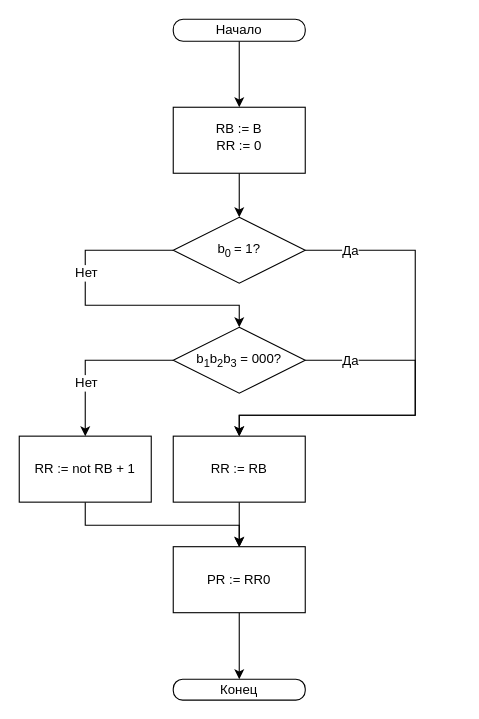
Earlier version of the draw.io diagram draw.io/blockOp2.drawio (meyakovenkoj/processor-coursework). Source tidied: cells renumbered, new cells numbered last; positions are measured from the earlier drawing's top-left corner, leaving out a move shared by most shapes. Both pictures are drawn from the tidied source at 110%, with x=0, y=0 at pixel (19, 19).
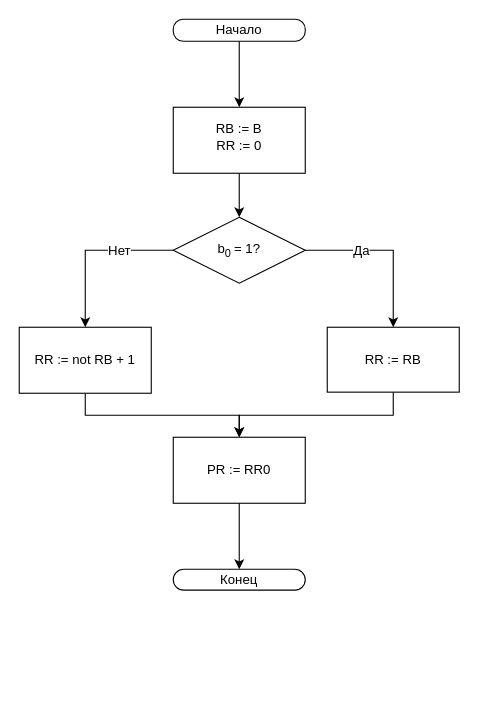
Above is the later version.

Commit message:
Optimize, delete analysis for 0

The change refers to these unchanged cells:
```xml
<mxCell id="12" value="b&lt;sub&gt;0&amp;nbsp;&lt;/sub&gt;= 1?" style="rhombus;whiteSpace=wrap;html=1;" parent="1" vertex="1">
  <mxGeometry x="140" y="180" width="120" height="60" as="geometry" />
</mxCell>
```

Change to the diagram source:
```diff
@@
-    <mxCell id="4" value="Конец" style="rounded=1;whiteSpace=wrap;html=1;arcSize=45;" parent="1" vertex="1">
-      <mxGeometry x="140" y="600" width="120" height="19" as="geometry" />
+    <mxCell id="4" value="Конец" style="rounded=1;whiteSpace=wrap;html=1;arcSize=50;" parent="1" vertex="1">
+      <mxGeometry x="140" y="500" width="120" height="19" as="geometry" />
     </mxCell>
@@
-    <mxCell id="8" style="edgeStyle=orthogonalEdgeStyle;rounded=0;jettySize=auto;html=1;exitX=0;exitY=0.5;exitDx=0;exitDy=0;entryX=0.5;entryY=0;entryDx=0;entryDy=0;" parent="1" edge="1" source="12" target="17">
+    <mxCell id="8" style="edgeStyle=orthogonalEdgeStyle;rounded=0;jettySize=auto;html=1;exitX=0;exitY=0.5;exitDx=0;exitDy=0;entryX=0.5;entryY=0;entryDx=0;entryDy=0;" parent="1" edge="1" source="12" target="21">
       <mxGeometry relative="1" as="geometry">
         <Array as="points">
           <mxPoint x="60" y="210" />
-          <mxPoint x="60" y="260" />
-          <mxPoint x="200" y="260" />
         </Array>
       </mxGeometry>
     </mxCell>
     <mxCell id="9" value="Нет" style="text;html=1;align=center;verticalAlign=middle;labelBackgroundColor=#ffffff;" parent="8" vertex="1">
       <mxGeometry x="-0.51" y="1" relative="1" as="geometry">
-        <mxPoint x="-9" y="19" as="offset" />
+        <mxPoint x="-13" y="-1" as="offset" />
       </mxGeometry>
     </mxCell>
     <mxCell id="10" style="edgeStyle=orthogonalEdgeStyle;rounded=0;jettySize=auto;html=1;exitX=1;exitY=0.5;exitDx=0;exitDy=0;jumpSize=6;entryX=0.5;entryY=0;entryDx=0;entryDy=0;" parent="1" edge="1" source="12" target="19">
       <mxGeometry relative="1" as="geometry">
         <Array as="points">
-          <mxPoint x="360" y="210" />
-          <mxPoint x="360" y="360" />
-          <mxPoint x="200" y="360" />
+          <mxPoint x="340" y="210" />
         </Array>
       </mxGeometry>
     </mxCell>
     <mxCell id="11" value="Да" style="text;html=1;align=center;verticalAlign=middle;labelBackgroundColor=#ffffff;" parent="10" vertex="1">
       <mxGeometry x="0.15" relative="1" as="geometry">
-        <mxPoint x="-60" y="-147" as="offset" />
+        <mxPoint x="-30" y="-6" as="offset" />
       </mxGeometry>
     </mxCell>
@@
-    <mxCell id="13" style="edgeStyle=orthogonalEdgeStyle;rounded=0;jettySize=auto;html=1;exitX=1;exitY=0.5;exitDx=0;exitDy=0;entryX=0.5;entryY=0;entryDx=0;entryDy=0;" parent="1" edge="1" source="17" target="19">
-      <mxGeometry relative="1" as="geometry">
-        <Array as="points">
-          <mxPoint x="360" y="310" />
-          <mxPoint x="360" y="360" />
-          <mxPoint x="200" y="360" />
-        </Array>
-      </mxGeometry>
-    </mxCell>
-    <mxCell id="14" value="Да" style="text;html=1;align=center;verticalAlign=middle;labelBackgroundColor=#ffffff;" parent="13" vertex="1">
-      <mxGeometry x="-0.32" relative="1" as="geometry">
-        <mxPoint x="-60" y="-12" as="offset" />
-      </mxGeometry>
-    </mxCell>
-    <mxCell id="15" style="edgeStyle=orthogonalEdgeStyle;rounded=0;jumpSize=6;jettySize=auto;html=1;exitX=0;exitY=0.5;exitDx=0;exitDy=0;entryX=0.5;entryY=0;entryDx=0;entryDy=0;" parent="1" edge="1" source="17" target="21">
-      <mxGeometry relative="1" as="geometry" />
-    </mxCell>
-    <mxCell id="16" value="Нет" style="text;html=1;align=center;verticalAlign=middle;labelBackgroundColor=#ffffff;" parent="15" vertex="1">
-      <mxGeometry x="0.18" y="2" relative="1" as="geometry">
-        <mxPoint x="-2" y="12" as="offset" />
-      </mxGeometry>
-    </mxCell>
-    <mxCell id="17" value="b&lt;sub&gt;1&lt;/sub&gt;b&lt;sub&gt;2&lt;/sub&gt;b&lt;sub&gt;3&lt;/sub&gt;&amp;nbsp;= 000?" style="rhombus;whiteSpace=wrap;html=1;" parent="1" vertex="1">
-      <mxGeometry x="140" y="280" width="120" height="60" as="geometry" />
-    </mxCell>
     <mxCell id="18" style="edgeStyle=orthogonalEdgeStyle;rounded=0;jettySize=auto;html=1;entryX=0.5;entryY=0;entryDx=0;entryDy=0;fontSize=11;" parent="1" edge="1" source="19" target="23">
-      <mxGeometry relative="1" as="geometry" />
+      <mxGeometry relative="1" as="geometry">
+        <Array as="points">
+          <mxPoint x="340" y="360" />
+          <mxPoint x="200" y="360" />
+        </Array>
+      </mxGeometry>
     </mxCell>
     <mxCell id="19" value="&lt;span style=&quot;font-size: 12px; white-space: normal;&quot;&gt;RR := RB&lt;/span&gt;" style="rounded=0;whiteSpace=wrap;html=1;fontSize=12;" parent="1" vertex="1">
-      <mxGeometry x="140" y="379" width="120" height="60" as="geometry" />
+      <mxGeometry x="280" y="280" width="120" height="59" as="geometry" />
     </mxCell>
-    <mxCell id="20" style="edgeStyle=orthogonalEdgeStyle;rounded=0;jettySize=auto;html=1;fontSize=11;" parent="1" edge="1" source="21">
+    <mxCell id="20" style="edgeStyle=orthogonalEdgeStyle;rounded=0;jettySize=auto;html=1;fontSize=11;entryX=0.5;entryY=0;entryDx=0;entryDy=0;entryPerimeter=0;" parent="1" edge="1" source="21" target="23">
       <mxGeometry relative="1" as="geometry">
-        <mxPoint x="200" y="480" as="targetPoint" />
         <Array as="points">
-          <mxPoint x="60" y="460" />
-          <mxPoint x="200" y="460" />
+          <mxPoint x="60" y="360" />
+          <mxPoint x="200" y="360" />
         </Array>
       </mxGeometry>
     </mxCell>
     <mxCell id="21" value="&lt;span style=&quot;font-size: 12px; white-space: normal;&quot;&gt;RR := not RB + 1&lt;/span&gt;" style="rounded=0;whiteSpace=wrap;html=1;fontSize=12;" parent="1" vertex="1">
-      <mxGeometry y="379" width="120" height="60" as="geometry" />
+      <mxGeometry y="280" width="120" height="60" as="geometry" />
     </mxCell>
@@
     <mxCell id="23" value="&lt;span style=&quot;font-size: 12px; white-space: normal;&quot;&gt;PR := RR0&lt;/span&gt;" style="rounded=0;whiteSpace=wrap;html=1;fontSize=12;" parent="1" vertex="1">
-      <mxGeometry x="140" y="479.5" width="120" height="60" as="geometry" />
+      <mxGeometry x="140" y="380" width="120" height="60" as="geometry" />
     </mxCell>
```
